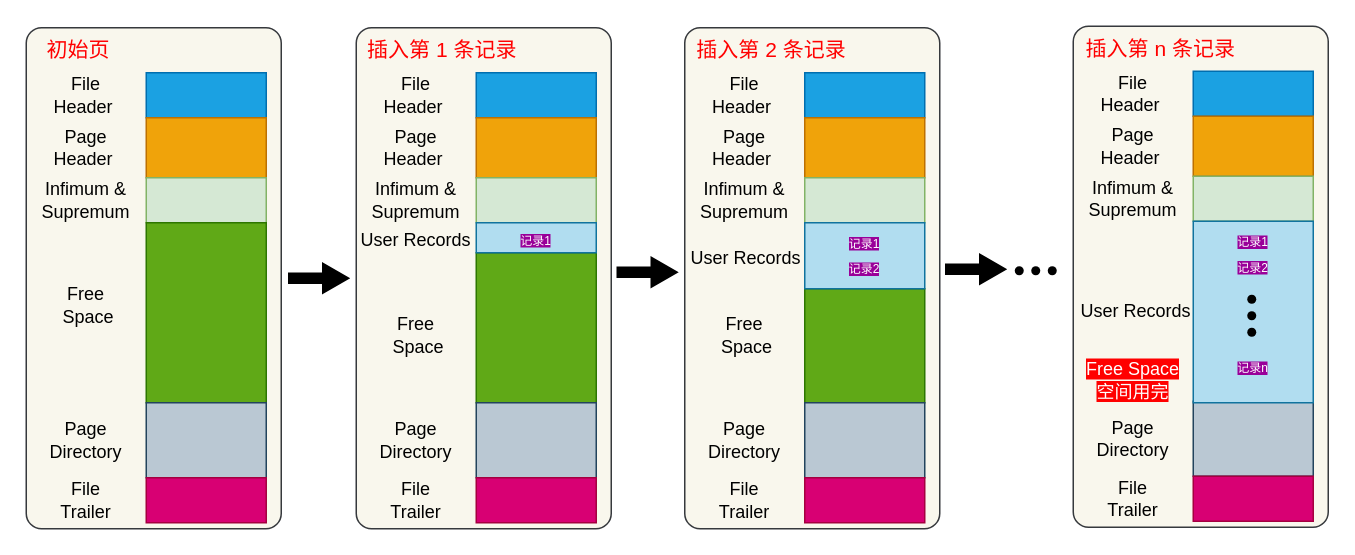
josek43326/draw.io keeps this draw.io diagram as page "记录插入页的流程" (11 of 11) of mysql/MySQL客户端请求服务端.drawio. Above is the earlier version. Source tidied: cells renumbered, new cells numbered last; positions are measured from the earlier drawing's top-left corner, leaving out a move shared by most shapes. Both pictures are drawn from the tidied source at 150%, with x=0, y=0 at pixel (26, 26).
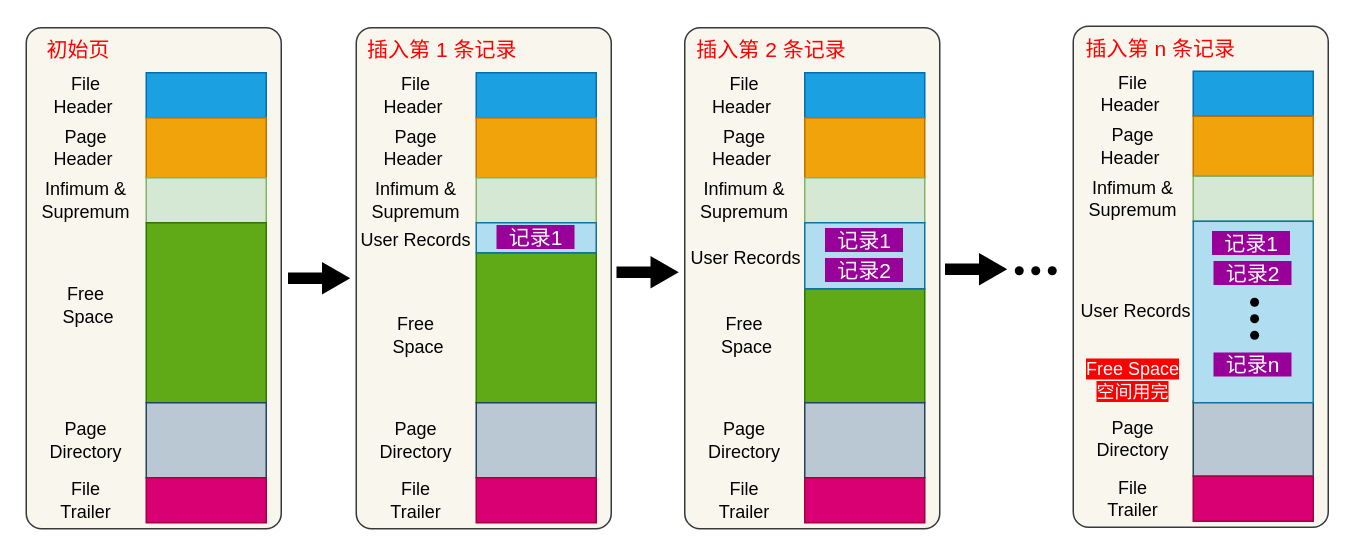
The same diagram, later.

Commit message:
更新MySQL客户端请求服务端.drawio

Unchanged cells that the change refers to:
```xml
<mxCell id="40" style="group;" parent="1" vertex="1">
  <mxGeometry x="220" y="1" width="170" height="334" as="geometry" />
</mxCell>
<mxCell id="58" style="group;" parent="1" vertex="1">
  <mxGeometry x="439" y="1" width="170" height="334" as="geometry" />
</mxCell>
```

Change to the diagram source:
```diff
@@
-    <mxCell id="19" value="&lt;font color=&quot;#ffffff&quot; style=&quot;font-size: 8px; background-color: rgb(153, 0, 153);&quot;&gt;记录1&lt;/font&gt;" style="text;html=1;strokeColor=none;fillColor=none;align=center;verticalAlign=middle;whiteSpace=wrap;rounded=0;shadow=0;glass=0;sketch=0;fontSize=14;fontColor=#FF0000;" parent="1" vertex="1">
-      <mxGeometry x="788" y="127" width="60" height="30" as="geometry" />
+    <mxCell id="19" value="&lt;font color=&quot;#ffffff&quot; style=&quot;background-color: rgb(153, 0, 153); font-size: 14px;&quot;&gt;&amp;nbsp; 记录1&amp;nbsp;&amp;nbsp;&lt;/font&gt;" style="text;html=1;strokeColor=none;fillColor=none;align=center;verticalAlign=middle;whiteSpace=wrap;rounded=0;shadow=0;glass=0;sketch=0;fontSize=14;fontColor=#FF0000;" parent="1" vertex="1">
+      <mxGeometry x="787" y="130" width="60" height="30" as="geometry" />
     </mxCell>
-    <mxCell id="20" value="&lt;font color=&quot;#ffffff&quot; style=&quot;font-size: 8px; background-color: rgb(153, 0, 153);&quot;&gt;记录2&lt;/font&gt;" style="text;html=1;strokeColor=none;fillColor=none;align=center;verticalAlign=middle;whiteSpace=wrap;rounded=0;shadow=0;glass=0;sketch=0;fontSize=14;fontColor=#FF0000;" parent="1" vertex="1">
-      <mxGeometry x="788" y="144" width="60" height="30" as="geometry" />
+    <mxCell id="20" value="&lt;font color=&quot;#ffffff&quot; style=&quot;background-color: rgb(153, 0, 153); font-size: 14px;&quot;&gt;&amp;nbsp; 记录2&amp;nbsp;&amp;nbsp;&lt;/font&gt;" style="text;html=1;strokeColor=none;fillColor=none;align=center;verticalAlign=middle;whiteSpace=wrap;rounded=0;shadow=0;glass=0;sketch=0;fontSize=14;fontColor=#FF0000;" parent="1" vertex="1">
+      <mxGeometry x="788" y="150" width="60" height="30" as="geometry" />
     </mxCell>
@@
-    <mxCell id="56" value="&lt;font color=&quot;#ffffff&quot; style=&quot;font-size: 8px; background-color: rgb(153, 0, 153);&quot;&gt;记录1&lt;/font&gt;" style="text;html=1;strokeColor=none;fillColor=none;align=center;verticalAlign=middle;whiteSpace=wrap;rounded=0;shadow=0;glass=0;sketch=0;fontSize=14;fontColor=#FF0000;" parent="40" vertex="1">
+    <mxCell id="56" value="&lt;font color=&quot;#ffffff&quot; style=&quot;background-color: rgb(153, 0, 153); font-size: 14px;&quot;&gt;&amp;nbsp; 记录1&amp;nbsp;&amp;nbsp;&lt;/font&gt;" style="text;html=1;strokeColor=none;fillColor=none;align=center;verticalAlign=middle;whiteSpace=wrap;rounded=0;shadow=0;glass=0;sketch=0;fontSize=14;fontColor=#FF0000;" parent="40" vertex="1">
       <mxGeometry x="90" y="125" width="60" height="30" as="geometry" />
     </mxCell>
@@
-    <mxCell id="74" value="&lt;font color=&quot;#ffffff&quot; style=&quot;font-size: 8px; background-color: rgb(153, 0, 153);&quot;&gt;记录1&lt;/font&gt;" style="text;html=1;strokeColor=none;fillColor=none;align=center;verticalAlign=middle;whiteSpace=wrap;rounded=0;shadow=0;glass=0;sketch=0;fontSize=14;fontColor=#FF0000;" parent="58" vertex="1">
+    <mxCell id="74" value="&lt;font color=&quot;#ffffff&quot; style=&quot;background-color: rgb(153, 0, 153); font-size: 14px;&quot;&gt;&amp;nbsp; 记录1&amp;nbsp;&amp;nbsp;&lt;/font&gt;" style="text;html=1;strokeColor=none;fillColor=none;align=center;verticalAlign=middle;whiteSpace=wrap;rounded=0;shadow=0;glass=0;sketch=0;fontSize=14;fontColor=#FF0000;" parent="58" vertex="1">
       <mxGeometry x="90" y="127" width="60" height="30" as="geometry" />
     </mxCell>
-    <mxCell id="75" value="&lt;font color=&quot;#ffffff&quot; style=&quot;font-size: 8px; background-color: rgb(153, 0, 153);&quot;&gt;记录2&lt;/font&gt;" style="text;html=1;strokeColor=none;fillColor=none;align=center;verticalAlign=middle;whiteSpace=wrap;rounded=0;shadow=0;glass=0;sketch=0;fontSize=14;fontColor=#FF0000;" parent="58" vertex="1">
-      <mxGeometry x="90" y="144" width="60" height="30" as="geometry" />
+    <mxCell id="75" value="&lt;font color=&quot;#ffffff&quot; style=&quot;background-color: rgb(153, 0, 153); font-size: 14px;&quot;&gt;&amp;nbsp; 记录2&amp;nbsp;&amp;nbsp;&lt;/font&gt;" style="text;html=1;strokeColor=none;fillColor=none;align=center;verticalAlign=middle;whiteSpace=wrap;rounded=0;shadow=0;glass=0;sketch=0;fontSize=14;fontColor=#FF0000;" parent="58" vertex="1">
+      <mxGeometry x="90" y="147" width="60" height="30" as="geometry" />
     </mxCell>
@@
-    <mxCell id="78" value="&lt;font color=&quot;#ffffff&quot; style=&quot;font-size: 8px; background-color: rgb(153, 0, 153);&quot;&gt;记录n&lt;/font&gt;" style="text;html=1;strokeColor=none;fillColor=none;align=center;verticalAlign=middle;whiteSpace=wrap;rounded=0;shadow=0;glass=0;sketch=0;fontSize=14;fontColor=#FF0000;" parent="1" vertex="1">
+    <mxCell id="78" value="&lt;font color=&quot;#ffffff&quot; style=&quot;background-color: rgb(153, 0, 153); font-size: 14px;&quot;&gt;&amp;nbsp; 记录n&amp;nbsp;&amp;nbsp;&lt;/font&gt;" style="text;html=1;strokeColor=none;fillColor=none;align=center;verticalAlign=middle;whiteSpace=wrap;rounded=0;shadow=0;glass=0;sketch=0;fontSize=14;fontColor=#FF0000;" parent="1" vertex="1">
       <mxGeometry x="788" y="211" width="60" height="30" as="geometry" />
     </mxCell>
     <mxCell id="79" style="group;rotation=90;" parent="1" vertex="1">
-      <mxGeometry x="786" y="173" width="62" height="40" as="geometry" />
+      <mxGeometry x="773" y="175" width="62.5" height="40" as="geometry" />
     </mxCell>
     <mxCell id="80" style="shape=waypoint;sketch=0;fillStyle=solid;size=6;fillColor=none;perimeter=centerPerimeter;rounded=1;shadow=0;glass=0;labelBackgroundColor=none;fontSize=8;fontColor=#000000;rotation=90;" parent="79" vertex="1">
-      <mxGeometry x="11" y="11" width="40" height="40" as="geometry" />
+      <mxGeometry x="25.9" y="11" width="40" height="40" as="geometry" />
     </mxCell>
     <mxCell id="81" style="shape=waypoint;sketch=0;fillStyle=solid;size=6;fillColor=none;perimeter=centerPerimeter;rounded=1;shadow=0;glass=0;labelBackgroundColor=none;fontSize=8;fontColor=#000000;rotation=90;" parent="79" vertex="1">
-      <mxGeometry x="11" width="40" height="40" as="geometry" />
+      <mxGeometry x="25.9" width="40" height="40" as="geometry" />
     </mxCell>
     <mxCell id="82" style="shape=waypoint;sketch=0;fillStyle=solid;size=6;fillColor=none;perimeter=centerPerimeter;rounded=1;shadow=0;glass=0;labelBackgroundColor=none;fontSize=8;fontColor=#000000;rotation=90;" parent="79" vertex="1">
-      <mxGeometry x="11" y="-11" width="40" height="40" as="geometry" />
+      <mxGeometry x="25.9" y="-11" width="40" height="40" as="geometry" />
     </mxCell>
```
